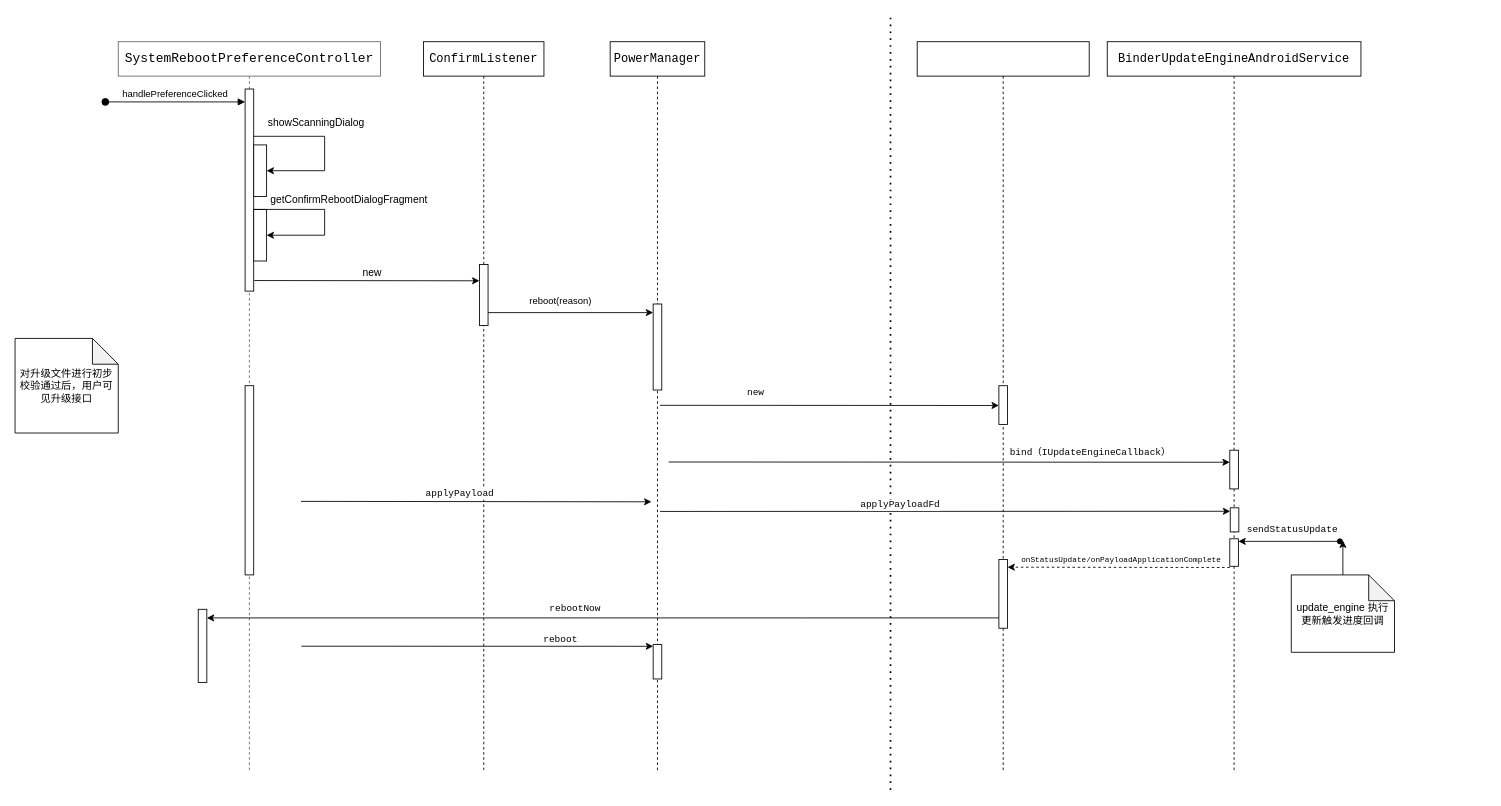
The draw.io diagram oat_update_engine_app.drawio in lklklk2017/TestDemo, before the edit. Source tidied: cells renumbered, new cells numbered last; positions are measured from the earlier drawing's top-left corner, leaving out a move shared by most shapes. Both pictures are drawn from the tidied source at 86%, with x=0, y=0 at pixel (15, 15).
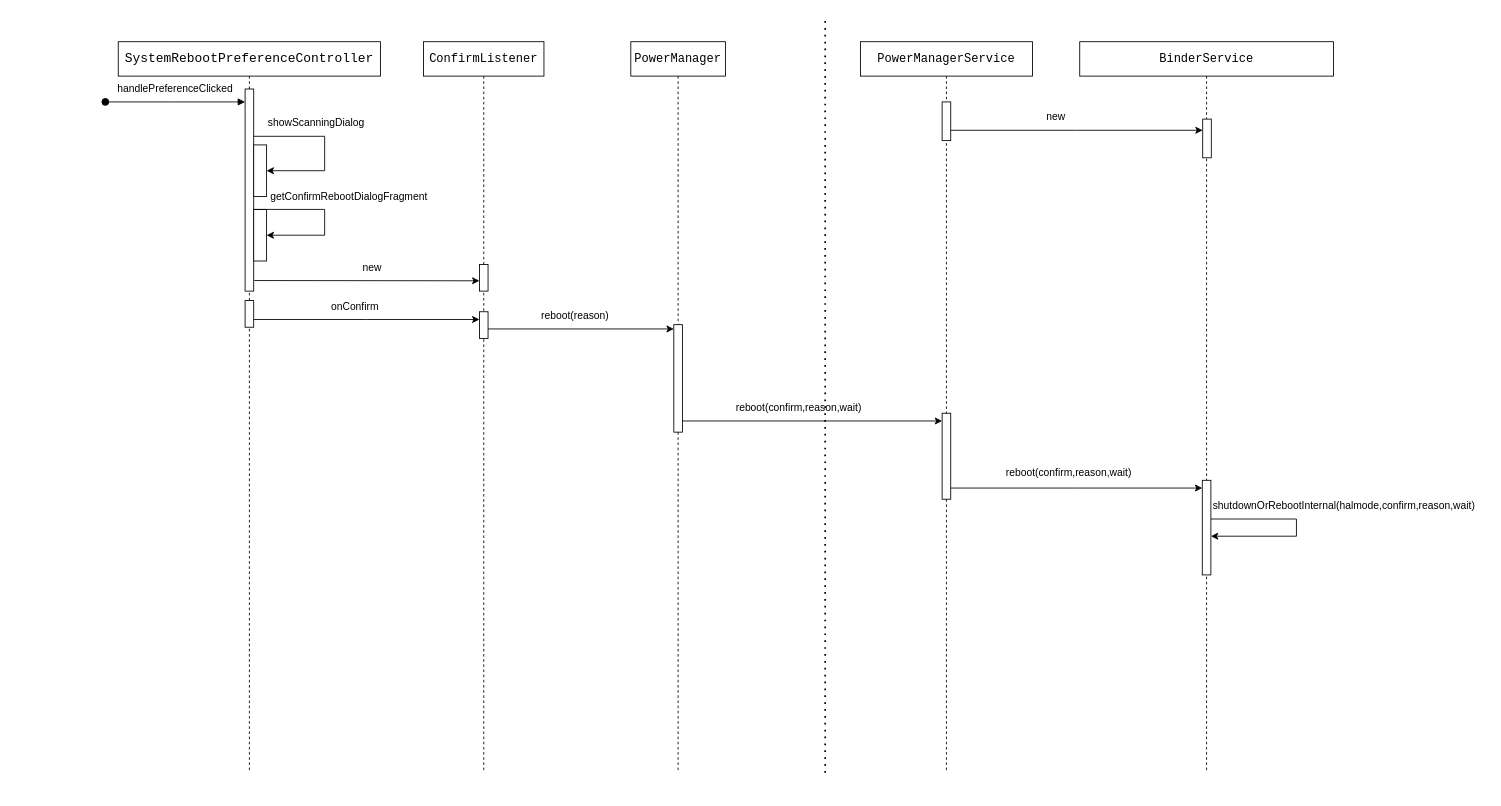
After the change.

The change refers to these unchanged cells:
```xml
<mxCell id="3" style="html=1;points=[];perimeter=orthogonalPerimeter;outlineConnect=0;targetShapes=umlLifeline;portConstraint=eastwest;newEdgeStyle={&quot;edgeStyle&quot;:&quot;elbowEdgeStyle&quot;,&quot;elbow&quot;:&quot;vertical&quot;,&quot;curved&quot;:0,&quot;rounded&quot;:0};" parent="2" vertex="1">
  <mxGeometry x="147.5" y="55" width="10" height="235" as="geometry" />
</mxCell>
<mxCell id="11" value="&lt;div style=&quot;font-family: &amp;quot;Source Code Pro&amp;quot;, monospace; font-size: 11.3pt;&quot;&gt;&lt;div style=&quot;font-size: 10.5pt;&quot;&gt;ConfirmListener&lt;/div&gt;&lt;/div&gt;" style="shape=umlLifeline;perimeter=lifelinePerimeter;whiteSpace=wrap;html=1;newEdgeStyle={&quot;edgeStyle&quot;:&quot;elbowEdgeStyle&quot;,&quot;elbow&quot;:&quot;vertical&quot;,&quot;curved&quot;:0,&quot;rounded&quot;:0};" parent="1" vertex="1">
  <mxGeometry x="475" y="30" width="140" height="850" as="geometry" />
</mxCell>
```

Change to the diagram source:
```diff
@@
-    <mxCell id="2" value="&lt;div style=&quot;font-family: &amp;quot;Source Code Pro&amp;quot;, monospace; font-size: 11.3pt;&quot;&gt;&lt;font color=&quot;#000000&quot;&gt;SystemRebootPreferenceController&lt;/font&gt;&lt;/div&gt;" style="shape=umlLifeline;perimeter=lifelinePerimeter;whiteSpace=wrap;html=1;newEdgeStyle={&quot;edgeStyle&quot;:&quot;elbowEdgeStyle&quot;,&quot;elbow&quot;:&quot;vertical&quot;,&quot;curved&quot;:0,&quot;rounded&quot;:0};fillColor=default;fontColor=#333333;strokeColor=#666666;" parent="1" vertex="1">
+    <mxCell id="2" value="&lt;div style=&quot;font-family: &amp;quot;Source Code Pro&amp;quot;, monospace; font-size: 11.3pt;&quot;&gt;&lt;font color=&quot;#000000&quot;&gt;SystemRebootPreferenceController&lt;/font&gt;&lt;/div&gt;" style="shape=umlLifeline;perimeter=lifelinePerimeter;whiteSpace=wrap;html=1;newEdgeStyle={&quot;edgeStyle&quot;:&quot;elbowEdgeStyle&quot;,&quot;elbow&quot;:&quot;vertical&quot;,&quot;curved&quot;:0,&quot;rounded&quot;:0};fillColor=default;fontColor=#333333;strokeColor=#000000;" parent="1" vertex="1">
       <mxGeometry x="120" y="30" width="305" height="850" as="geometry" />
     </mxCell>
@@
-    <mxCell id="4" value="handlePreferenceClicked" style="html=1;verticalAlign=bottom;startArrow=oval;endArrow=block;startSize=8;edgeStyle=elbowEdgeStyle;elbow=vertical;curved=0;rounded=0;" parent="2" edge="1" target="3">
+    <mxCell id="4" style="html=1;verticalAlign=bottom;startArrow=oval;endArrow=block;startSize=8;edgeStyle=elbowEdgeStyle;elbow=vertical;curved=0;rounded=0;" parent="2" edge="1" target="3">
       <mxGeometry relative="1" as="geometry">
         <mxPoint x="-15" y="70" as="sourcePoint" />
       </mxGeometry>
     </mxCell>
-    <mxCell id="5" style="html=1;perimeter=orthogonalPerimeter;targetShapes=umlLifeline;newEdgeStyle={&quot;edgeStyle&quot;:&quot;elbowEdgeStyle&quot;,&quot;elbow&quot;:&quot;vertical&quot;,&quot;curved&quot;:0,&quot;rounded&quot;:0};" parent="2" vertex="1">
-      <mxGeometry x="147.5" y="400" width="10" height="220" as="geometry" />
-    </mxCell>
-    <mxCell id="6" style="html=1;points=[];perimeter=orthogonalPerimeter;outlineConnect=0;targetShapes=umlLifeline;portConstraint=eastwest;newEdgeStyle={&quot;edgeStyle&quot;:&quot;elbowEdgeStyle&quot;,&quot;elbow&quot;:&quot;vertical&quot;,&quot;curved&quot;:0,&quot;rounded&quot;:0};" parent="2" vertex="1">
-      <mxGeometry x="93" y="660" width="10" height="85" as="geometry" />
-    </mxCell>
+    <mxCell id="51" style="html=1;points=[];perimeter=orthogonalPerimeter;outlineConnect=0;targetShapes=umlLifeline;portConstraint=eastwest;newEdgeStyle={&quot;edgeStyle&quot;:&quot;elbowEdgeStyle&quot;,&quot;elbow&quot;:&quot;vertical&quot;,&quot;curved&quot;:0,&quot;rounded&quot;:0};" parent="2" vertex="1">
+      <mxGeometry x="147.5" y="301" width="10" height="31" as="geometry" />
+    </mxCell>
-    <mxCell id="7" value="&lt;div style=&quot;font-family: &amp;quot;Source Code Pro&amp;quot;, monospace; font-size: 11.3pt;&quot;&gt;&lt;div style=&quot;font-size: 11.3pt;&quot;&gt;&lt;div style=&quot;font-size: 10.5pt;&quot;&gt;&lt;br&gt;&lt;/div&gt;&lt;/div&gt;&lt;/div&gt;" style="shape=umlLifeline;perimeter=lifelinePerimeter;whiteSpace=wrap;html=1;outlineConnect=0;portConstraint=eastwest;newEdgeStyle={&quot;edgeStyle&quot;:&quot;elbowEdgeStyle&quot;,&quot;elbow&quot;:&quot;vertical&quot;,&quot;curved&quot;:0,&quot;rounded&quot;:0};" parent="1" vertex="1">
-      <mxGeometry x="1049" y="30" width="200" height="850" as="geometry" />
+    <mxCell id="7" value="&lt;div style=&quot;font-family: &amp;quot;Source Code Pro&amp;quot;, monospace; font-size: 11.3pt;&quot;&gt;&lt;div style=&quot;font-size: 11.3pt;&quot;&gt;&lt;div style=&quot;font-size: 10.5pt;&quot;&gt;PowerManagerService&lt;/div&gt;&lt;/div&gt;&lt;/div&gt;" style="shape=umlLifeline;perimeter=lifelinePerimeter;whiteSpace=wrap;html=1;outlineConnect=0;portConstraint=eastwest;newEdgeStyle={&quot;edgeStyle&quot;:&quot;elbowEdgeStyle&quot;,&quot;elbow&quot;:&quot;vertical&quot;,&quot;curved&quot;:0,&quot;rounded&quot;:0};" parent="1" vertex="1">
+      <mxGeometry x="983" y="30" width="200" height="850" as="geometry" />
     </mxCell>
@@
     <mxCell id="9" style="html=1;points=[];perimeter=orthogonalPerimeter;outlineConnect=0;targetShapes=umlLifeline;portConstraint=eastwest;newEdgeStyle={&quot;edgeStyle&quot;:&quot;elbowEdgeStyle&quot;,&quot;elbow&quot;:&quot;vertical&quot;,&quot;curved&quot;:0,&quot;rounded&quot;:0};" parent="7" vertex="1">
-      <mxGeometry x="95" y="400" width="10" height="45" as="geometry" />
+      <mxGeometry x="95" y="432" width="10" height="100" as="geometry" />
     </mxCell>
-    <mxCell id="10" style="html=1;points=[];perimeter=orthogonalPerimeter;outlineConnect=0;targetShapes=umlLifeline;portConstraint=eastwest;newEdgeStyle={&quot;edgeStyle&quot;:&quot;elbowEdgeStyle&quot;,&quot;elbow&quot;:&quot;vertical&quot;,&quot;curved&quot;:0,&quot;rounded&quot;:0};" parent="7" vertex="1">
-      <mxGeometry x="95" y="602" width="10" height="80" as="geometry" />
-    </mxCell>
+    <mxCell id="52" style="html=1;points=[];perimeter=orthogonalPerimeter;outlineConnect=0;targetShapes=umlLifeline;portConstraint=eastwest;newEdgeStyle={&quot;edgeStyle&quot;:&quot;elbowEdgeStyle&quot;,&quot;elbow&quot;:&quot;vertical&quot;,&quot;curved&quot;:0,&quot;rounded&quot;:0};" parent="7" vertex="1">
+      <mxGeometry x="95" y="70" width="10" height="45" as="geometry" />
+    </mxCell>
@@
     <mxCell id="12" style="html=1;perimeter=orthogonalPerimeter;targetShapes=umlLifeline;newEdgeStyle={&quot;edgeStyle&quot;:&quot;elbowEdgeStyle&quot;,&quot;elbow&quot;:&quot;vertical&quot;,&quot;curved&quot;:0,&quot;rounded&quot;:0};" parent="11" vertex="1">
-      <mxGeometry x="65" y="259" width="10" height="71" as="geometry" />
+      <mxGeometry x="65" y="259" width="10" height="31" as="geometry" />
     </mxCell>
+    <mxCell id="53" style="html=1;points=[];perimeter=orthogonalPerimeter;outlineConnect=0;targetShapes=umlLifeline;portConstraint=eastwest;newEdgeStyle={&quot;edgeStyle&quot;:&quot;elbowEdgeStyle&quot;,&quot;elbow&quot;:&quot;vertical&quot;,&quot;curved&quot;:0,&quot;rounded&quot;:0};" parent="11" vertex="1">
+      <mxGeometry x="65" y="314" width="10" height="31" as="geometry" />
+    </mxCell>
-    <mxCell id="13" value="&lt;div style=&quot;font-family: &amp;quot;Source Code Pro&amp;quot;, monospace; font-size: 11.3pt;&quot;&gt;&lt;div style=&quot;font-size: 11.3pt;&quot;&gt;&lt;div style=&quot;font-size: 10.5pt;&quot;&gt;BinderUpdateEngineAndroidService&lt;/div&gt;&lt;/div&gt;&lt;/div&gt;" style="shape=umlLifeline;perimeter=lifelinePerimeter;whiteSpace=wrap;html=1;newEdgeStyle={&quot;edgeStyle&quot;:&quot;elbowEdgeStyle&quot;,&quot;elbow&quot;:&quot;vertical&quot;,&quot;curved&quot;:0,&quot;rounded&quot;:0};" parent="1" vertex="1">
-      <mxGeometry x="1270" y="30" width="295" height="850" as="geometry" />
+    <mxCell id="13" value="&lt;div style=&quot;font-family: &amp;quot;Source Code Pro&amp;quot;, monospace; font-size: 11.3pt;&quot;&gt;&lt;div style=&quot;font-size: 11.3pt;&quot;&gt;&lt;div style=&quot;font-size: 10.5pt;&quot;&gt;BinderService&lt;/div&gt;&lt;/div&gt;&lt;/div&gt;" style="shape=umlLifeline;perimeter=lifelinePerimeter;whiteSpace=wrap;html=1;newEdgeStyle={&quot;edgeStyle&quot;:&quot;elbowEdgeStyle&quot;,&quot;elbow&quot;:&quot;vertical&quot;,&quot;curved&quot;:0,&quot;rounded&quot;:0};" parent="1" vertex="1">
+      <mxGeometry x="1238" y="30" width="295" height="850" as="geometry" />
     </mxCell>
     <mxCell id="14" style="html=1;points=[];perimeter=orthogonalPerimeter;outlineConnect=0;targetShapes=umlLifeline;portConstraint=eastwest;newEdgeStyle={&quot;edgeStyle&quot;:&quot;elbowEdgeStyle&quot;,&quot;elbow&quot;:&quot;vertical&quot;,&quot;curved&quot;:0,&quot;rounded&quot;:0};" parent="13" vertex="1">
-      <mxGeometry x="142.5" y="475" width="10" height="45" as="geometry" />
+      <mxGeometry x="142.5" y="510" width="10" height="110" as="geometry" />
     </mxCell>
-    <mxCell id="15" style="html=1;perimeter=orthogonalPerimeter;targetShapes=umlLifeline;newEdgeStyle={&quot;edgeStyle&quot;:&quot;elbowEdgeStyle&quot;,&quot;elbow&quot;:&quot;vertical&quot;,&quot;curved&quot;:0,&quot;rounded&quot;:0};" parent="13" vertex="1">
-      <mxGeometry x="142.5" y="578" width="10" height="32" as="geometry" />
-    </mxCell>
-    <mxCell id="16" style="html=1;points=[];perimeter=orthogonalPerimeter;outlineConnect=0;targetShapes=umlLifeline;portConstraint=eastwest;newEdgeStyle={&quot;edgeStyle&quot;:&quot;elbowEdgeStyle&quot;,&quot;elbow&quot;:&quot;vertical&quot;,&quot;curved&quot;:0,&quot;rounded&quot;:0};" parent="13" vertex="1">
-      <mxGeometry x="143" y="542" width="10" height="28" as="geometry" />
-    </mxCell>
-    <mxCell id="17" style="edgeStyle=orthogonalEdgeStyle;rounded=0;jettySize=auto;html=1;" parent="1" edge="1" source="18">
-      <mxGeometry relative="1" as="geometry">
-        <mxPoint x="1544" y="610" as="targetPoint" />
-      </mxGeometry>
-    </mxCell>
-    <mxCell id="18" value="update_engine 执行更新触发进度回调" style="shape=note;whiteSpace=wrap;html=1;backgroundOutline=1;darkOpacity=0.05;" parent="1" vertex="1">
-      <mxGeometry x="1484" y="650" width="120" height="90" as="geometry" />
-    </mxCell>
-    <mxCell id="19" value="reboot(reason)" style="edgeLabel;html=1;align=center;verticalAlign=middle;" parent="1" vertex="1">
-      <mxGeometry x="637" y="330" as="geometry">
-        <mxPoint x="-4" y="1" as="offset" />
-      </mxGeometry>
-    </mxCell>
+    <mxCell id="54" style="html=1;points=[];perimeter=orthogonalPerimeter;outlineConnect=0;targetShapes=umlLifeline;portConstraint=eastwest;newEdgeStyle={&quot;edgeStyle&quot;:&quot;elbowEdgeStyle&quot;,&quot;elbow&quot;:&quot;vertical&quot;,&quot;curved&quot;:0,&quot;rounded&quot;:0};" parent="13" vertex="1">
+      <mxGeometry x="143" y="90" width="10" height="45" as="geometry" />
+    </mxCell>
+    <mxCell id="55" style="edgeStyle=elbowEdgeStyle;rounded=0;orthogonalLoop=1;jettySize=auto;html=1;elbow=vertical;curved=0;" parent="13" edge="1" source="14" target="14">
+      <mxGeometry relative="1" as="geometry">
+        <Array as="points">
+          <mxPoint x="252" y="560" />
+        </Array>
+      </mxGeometry>
+    </mxCell>
     <mxCell id="20" style="edgeStyle=elbowEdgeStyle;rounded=0;jettySize=auto;html=1;elbow=vertical;curved=0;" parent="1" edge="1" target="9">
       <mxGeometry relative="1" as="geometry">
-        <mxPoint x="750" y="452.8" as="sourcePoint" />
+        <mxPoint x="770.3" y="476" as="sourcePoint" />
+        <Array as="points">
+          <mxPoint x="820" y="471" />
+        </Array>
       </mxGeometry>
     </mxCell>
-    <mxCell id="21" value="&lt;div style=&quot;font-family: &amp;quot;Source Code Pro&amp;quot;, monospace;&quot;&gt;&lt;font style=&quot;font-size: 11px;&quot;&gt;new&lt;/font&gt;&lt;/div&gt;" style="edgeLabel;html=1;align=center;verticalAlign=middle;" parent="1" vertex="1">
-      <mxGeometry x="860" y="430" as="geometry">
-        <mxPoint y="7" as="offset" />
-      </mxGeometry>
-    </mxCell>
-    <mxCell id="22" style="edgeStyle=elbowEdgeStyle;rounded=0;jettySize=auto;html=1;elbow=vertical;curved=0;" parent="1" edge="1" target="14">
-      <mxGeometry relative="1" as="geometry">
-        <mxPoint x="760" y="518.7" as="sourcePoint" />
-      </mxGeometry>
-    </mxCell>
     <mxCell id="23" style="endArrow=none;dashed=1;html=1;dashPattern=1 3;strokeWidth=2;rounded=0;" parent="1" edge="1">
       <mxGeometry relative="1" as="geometry">
-        <mxPoint x="1018" y="900" as="sourcePoint" />
-        <mxPoint x="1018" as="targetPoint" />
+        <mxPoint x="942" y="880" as="sourcePoint" />
+        <mxPoint x="942" as="targetPoint" />
       </mxGeometry>
     </mxCell>
-    <mxCell id="24" value="&lt;div style=&quot;font-family: &amp;quot;Source Code Pro&amp;quot;, monospace;&quot;&gt;bind（IUpdateEngineCallback）&lt;/div&gt;" style="edgeLabel;html=1;align=center;verticalAlign=middle;" parent="1" vertex="1">
-      <mxGeometry x="1249" y="500" as="geometry">
-        <mxPoint y="7" as="offset" />
-      </mxGeometry>
-    </mxCell>
-    <mxCell id="25" style="endArrow=classic;html=1;rounded=0;shadow=0;startArrow=oval;startFill=1;" parent="1" edge="1">
-      <mxGeometry relative="1" as="geometry">
-        <mxPoint x="1540.5" y="611" as="sourcePoint" />
-        <mxPoint x="1422.5" y="611" as="targetPoint" />
-        <Array as="points">
-          <mxPoint x="1540.5" y="611" />
-          <mxPoint x="1510.5" y="611" />
-        </Array>
-      </mxGeometry>
-    </mxCell>
-    <mxCell id="26" value="&lt;div style=&quot;font-family: &amp;quot;Source Code Pro&amp;quot;, monospace;&quot;&gt;sendStatusUpdate&lt;/div&gt;" style="edgeLabel;html=1;align=center;verticalAlign=middle;" parent="1" vertex="1">
-      <mxGeometry x="1484" y="590" as="geometry">
-        <mxPoint y="7" as="offset" />
-      </mxGeometry>
-    </mxCell>
-    <mxCell id="27" style="edgeStyle=elbowEdgeStyle;rounded=0;orthogonalLoop=1;jettySize=auto;html=1;elbow=vertical;curved=0;dashed=1;" parent="1" edge="1">
-      <mxGeometry relative="1" as="geometry">
-        <mxPoint x="1412.5" y="641.4" as="sourcePoint" />
-        <mxPoint x="1154" y="641.4" as="targetPoint" />
-      </mxGeometry>
-    </mxCell>
-    <mxCell id="28" value="&lt;div style=&quot;font-family: &amp;quot;Source Code Pro&amp;quot;, monospace;&quot;&gt;&lt;font style=&quot;font-size: 9px;&quot;&gt;onStatusUpdate/onPayloadApplicationComplete&lt;/font&gt;&lt;/div&gt;" style="edgeLabel;html=1;align=center;verticalAlign=middle;" parent="1" vertex="1">
-      <mxGeometry x="1285" y="624" as="geometry">
-        <mxPoint y="7" as="offset" />
-      </mxGeometry>
-    </mxCell>
-    <mxCell id="29" style="edgeStyle=elbowEdgeStyle;rounded=0;jettySize=auto;html=1;elbow=vertical;curved=0;" parent="1" edge="1" source="10" target="6">
-      <mxGeometry relative="1" as="geometry">
-        <Array as="points">
-          <mxPoint x="920" y="700" />
-        </Array>
-      </mxGeometry>
-    </mxCell>
-    <mxCell id="30" value="&lt;div style=&quot;font-family: &amp;quot;Source Code Pro&amp;quot;, monospace;&quot;&gt;&lt;font style=&quot;font-size: 11px;&quot;&gt;rebootNow&lt;/font&gt;&lt;/div&gt;" style="edgeLabel;html=1;align=center;verticalAlign=middle;" parent="1" vertex="1">
-      <mxGeometry x="650" y="681" as="geometry">
-        <mxPoint y="7" as="offset" />
-      </mxGeometry>
-    </mxCell>
     <mxCell id="31" value="&lt;div style=&quot;font-family: &amp;quot;Source Code Pro&amp;quot;, monospace; font-size: 11.3pt;&quot;&gt;&lt;div style=&quot;font-size: 11.3pt;&quot;&gt;&lt;div style=&quot;font-size: 10.5pt;&quot;&gt;PowerManager&lt;/div&gt;&lt;/div&gt;&lt;/div&gt;" style="shape=umlLifeline;perimeter=lifelinePerimeter;whiteSpace=wrap;html=1;newEdgeStyle={&quot;edgeStyle&quot;:&quot;elbowEdgeStyle&quot;,&quot;elbow&quot;:&quot;vertical&quot;,&quot;curved&quot;:0,&quot;rounded&quot;:0};" parent="1" vertex="1">
-      <mxGeometry x="692" y="30" width="110" height="850" as="geometry" />
+      <mxGeometry x="716" y="30" width="110" height="850" as="geometry" />
     </mxCell>
-    <mxCell id="32" style="html=1;points=[];perimeter=orthogonalPerimeter;outlineConnect=0;targetShapes=umlLifeline;portConstraint=eastwest;newEdgeStyle={&quot;edgeStyle&quot;:&quot;elbowEdgeStyle&quot;,&quot;elbow&quot;:&quot;vertical&quot;,&quot;curved&quot;:0,&quot;rounded&quot;:0};" parent="31" vertex="1">
-      <mxGeometry x="50" y="701" width="10" height="40" as="geometry" />
-    </mxCell>
     <mxCell id="33" style="html=1;points=[];perimeter=orthogonalPerimeter;outlineConnect=0;targetShapes=umlLifeline;portConstraint=eastwest;newEdgeStyle={&quot;edgeStyle&quot;:&quot;elbowEdgeStyle&quot;,&quot;elbow&quot;:&quot;vertical&quot;,&quot;curved&quot;:0,&quot;rounded&quot;:0};" parent="31" vertex="1">
-      <mxGeometry x="50" y="305" width="10" height="100" as="geometry" />
+      <mxGeometry x="50" y="329" width="10" height="125" as="geometry" />
     </mxCell>
-    <mxCell id="34" style="edgeStyle=elbowEdgeStyle;rounded=0;jettySize=auto;html=1;elbow=vertical;curved=0;" parent="1" edge="1" target="32">
-      <mxGeometry relative="1" as="geometry">
-        <mxPoint x="333" y="732.9" as="sourcePoint" />
-      </mxGeometry>
-    </mxCell>
-    <mxCell id="35" value="&lt;div style=&quot;font-family: &amp;quot;Source Code Pro&amp;quot;, monospace;&quot;&gt;&lt;font style=&quot;font-size: 11px;&quot;&gt;reboot&lt;/font&gt;&lt;/div&gt;" style="edgeLabel;html=1;align=center;verticalAlign=middle;" parent="1" vertex="1">
-      <mxGeometry x="1062" y="722" as="geometry">
-        <mxPoint x="-429" y="2" as="offset" />
-      </mxGeometry>
-    </mxCell>
-    <mxCell id="36" style="edgeStyle=elbowEdgeStyle;rounded=0;orthogonalLoop=1;jettySize=auto;html=1;elbow=vertical;curved=0;" parent="1" edge="1">
-      <mxGeometry relative="1" as="geometry">
-        <mxPoint x="332.5" y="564.5" as="sourcePoint" />
-        <mxPoint x="740" y="564.5" as="targetPoint" />
-      </mxGeometry>
-    </mxCell>
-    <mxCell id="37" value="&lt;div style=&quot;font-family: &amp;quot;Source Code Pro&amp;quot;, monospace;&quot;&gt;&lt;font style=&quot;font-size: 11px;&quot;&gt;applyPayload&lt;/font&gt;&lt;/div&gt;" style="edgeLabel;html=1;align=center;verticalAlign=middle;" parent="1" vertex="1">
-      <mxGeometry x="520" y="560" as="geometry">
-        <mxPoint x="-4" y="-5" as="offset" />
-      </mxGeometry>
-    </mxCell>
-    <mxCell id="38" style="edgeStyle=elbowEdgeStyle;rounded=0;jettySize=auto;html=1;elbow=vertical;curved=0;" parent="1" edge="1" target="16">
-      <mxGeometry relative="1" as="geometry">
-        <mxPoint x="750" y="576.2" as="sourcePoint" />
-      </mxGeometry>
-    </mxCell>
-    <mxCell id="39" value="&lt;div style=&quot;font-family: &amp;quot;Source Code Pro&amp;quot;, monospace;&quot;&gt;&lt;font style=&quot;font-size: 11px;&quot;&gt;applyPayloadFd&lt;/font&gt;&lt;/div&gt;" style="edgeLabel;html=1;align=center;verticalAlign=middle;" parent="1" vertex="1">
-      <mxGeometry x="608" y="570" as="geometry">
-        <mxPoint x="420" y="-2" as="offset" />
-      </mxGeometry>
-    </mxCell>
-    <mxCell id="40" value="对升级文件进行初步校验通过后，用户可见升级接口" style="shape=note;whiteSpace=wrap;html=1;backgroundOutline=1;darkOpacity=0.05;" parent="1" vertex="1">
-      <mxGeometry y="375" width="120" height="110" as="geometry" />
-    </mxCell>
@@
     <mxCell id="47" value="getConfirmRebootDialogFragment" style="text;html=1;align=center;verticalAlign=middle;strokeColor=none;fillColor=none;" parent="1" vertex="1">
-      <mxGeometry x="283" y="199" width="210" height="30" as="geometry" />
+      <mxGeometry x="283" y="195" width="210" height="30" as="geometry" />
     </mxCell>
@@
     <mxCell id="49" value="new" style="text;html=1;align=center;verticalAlign=middle;strokeColor=none;fillColor=none;" parent="1" vertex="1">
-      <mxGeometry x="390" y="284" width="50" height="30" as="geometry" />
+      <mxGeometry x="390" y="278" width="50" height="30" as="geometry" />
     </mxCell>
-    <mxCell id="50" style="endArrow=classic;html=1;rounded=0;endFill=1;" parent="1" edge="1">
+    <mxCell id="50" style="endArrow=classic;html=1;rounded=0;endFill=1;" parent="1" edge="1" target="33">
       <mxGeometry relative="1" as="geometry">
-        <mxPoint x="550" y="345" as="sourcePoint" />
-        <mxPoint x="742" y="345" as="targetPoint" />
+        <mxPoint x="550" y="364" as="sourcePoint" />
       </mxGeometry>
     </mxCell>
+    <mxCell id="56" style="edgeStyle=elbowEdgeStyle;rounded=0;jettySize=auto;html=1;elbow=vertical;curved=0;" parent="1" edge="1" source="52" target="54">
+      <mxGeometry relative="1" as="geometry" />
+    </mxCell>
+    <mxCell id="21" value="new" style="text;html=1;align=center;verticalAlign=middle;strokeColor=none;fillColor=none;" parent="1" vertex="1">
+      <mxGeometry x="1185" y="103" width="50" height="30" as="geometry" />
+    </mxCell>
+    <mxCell id="57" style="edgeStyle=elbowEdgeStyle;rounded=0;jettySize=auto;html=1;elbow=vertical;curved=0;" parent="1" edge="1" source="9">
+      <mxGeometry relative="1" as="geometry">
+        <mxPoint x="1380.5" y="549" as="targetPoint" />
+      </mxGeometry>
+    </mxCell>
+    <mxCell id="58" value="shutdownOrRebootInternal(halmode,confirm,reason,wait)" style="text;html=1;align=center;verticalAlign=middle;strokeColor=none;fillColor=none;" parent="1" vertex="1">
+      <mxGeometry x="1380" y="555" width="330" height="30" as="geometry" />
+    </mxCell>
+    <mxCell id="59" style="edgeStyle=elbowEdgeStyle;rounded=0;jettySize=auto;html=1;elbow=vertical;curved=0;" parent="1" edge="1" source="51" target="53">
+      <mxGeometry relative="1" as="geometry" />
+    </mxCell>
+    <mxCell id="60" value="onConfirm" style="text;html=1;align=center;verticalAlign=middle;strokeColor=none;fillColor=none;" parent="1" vertex="1">
+      <mxGeometry x="355" y="323" width="80" height="30" as="geometry" />
+    </mxCell>
+    <mxCell id="19" value="reboot(reason)" style="text;html=1;align=center;verticalAlign=middle;strokeColor=none;fillColor=none;" parent="1" vertex="1">
+      <mxGeometry x="601" y="334" width="100" height="30" as="geometry" />
+    </mxCell>
+    <mxCell id="61" value="reboot(confirm,reason,wait)" style="text;html=1;align=center;verticalAlign=middle;strokeColor=none;fillColor=none;" parent="1" vertex="1">
+      <mxGeometry x="826" y="441" width="170" height="30" as="geometry" />
+    </mxCell>
+    <mxCell id="62" value="reboot(confirm,reason,wait)" style="text;html=1;align=center;verticalAlign=middle;strokeColor=none;fillColor=none;" parent="1" vertex="1">
+      <mxGeometry x="1140" y="516" width="170" height="30" as="geometry" />
+    </mxCell>
+    <mxCell id="63" value="handlePreferenceClicked" style="text;html=1;align=center;verticalAlign=middle;strokeColor=none;fillColor=none;" parent="1" vertex="1">
+      <mxGeometry x="106" y="70" width="160" height="30" as="geometry" />
+    </mxCell>
```
